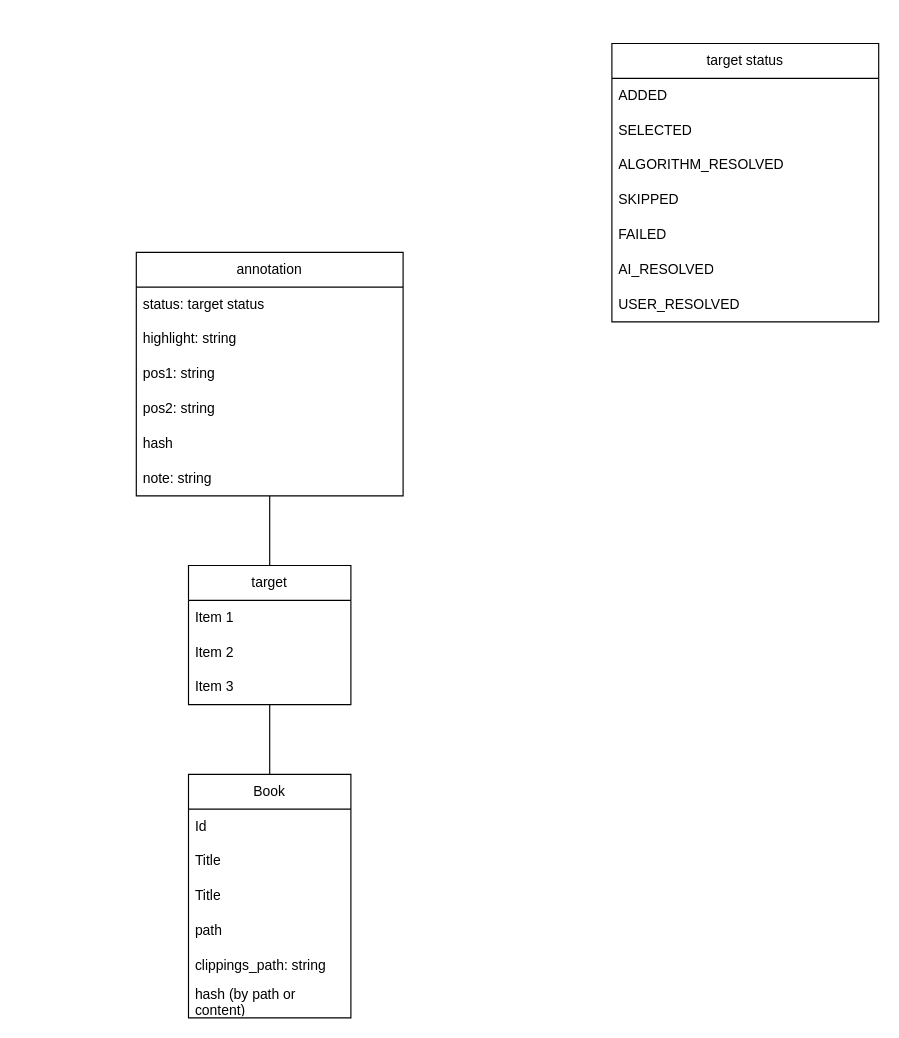
This is page "DB" (3 of 4) of screenshots/sync_plugin.drawio from nojux-official/HighlightImport.koplugin, a draw.io file, before an edit. Source tidied: cells renumbered, new cells numbered last; positions are measured from the earlier drawing's top-left corner, leaving out a move shared by most shapes. Both pictures are drawn from the tidied source at 116%, with x=0, y=0 at pixel (136, 43).
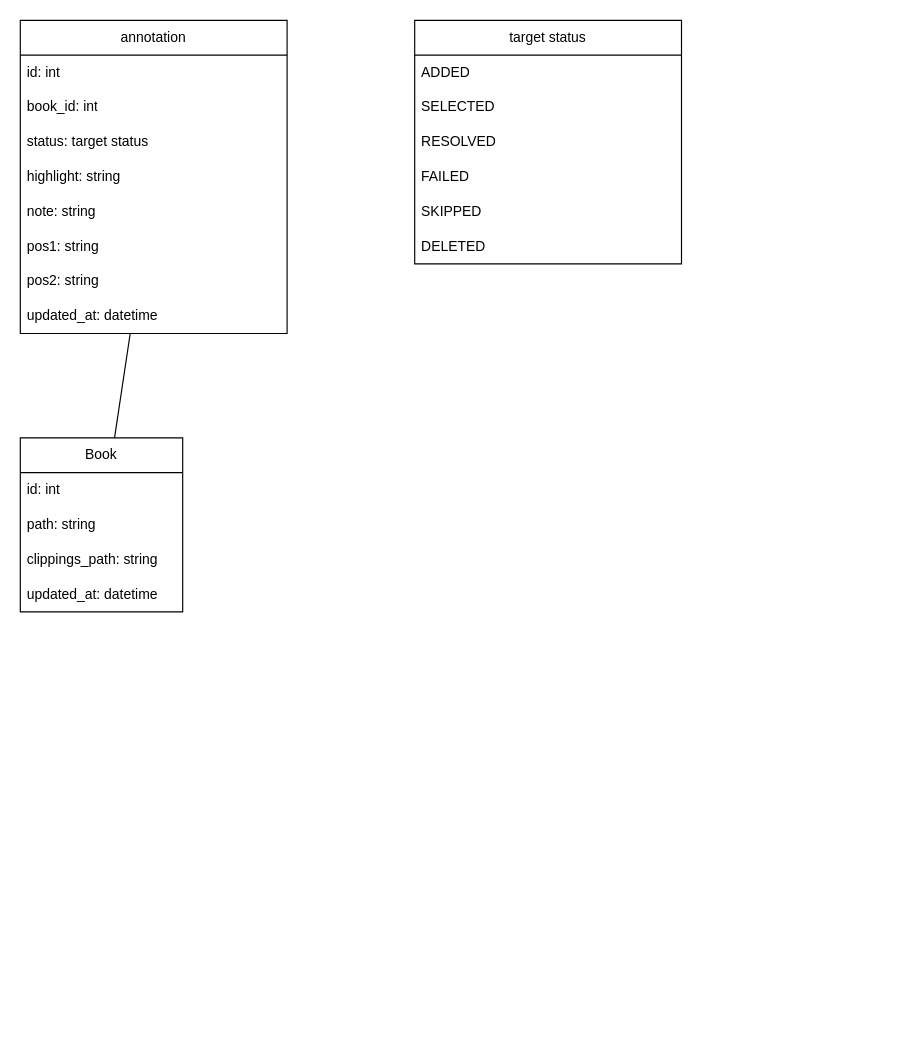
After the change.

Change to the diagram source:
```diff
@@
     <mxCell id="2" value="annotation" style="swimlane;fontStyle=0;horizontal=1;startSize=30;whiteSpace=wrap;html=1;" parent="1" vertex="1">
-      <mxGeometry y="180" width="230" height="210" as="geometry" />
+      <mxGeometry x="-100" y="-20" width="230" height="270" as="geometry" />
     </mxCell>
+    <mxCell id="30" value="id: int" style="text;strokeColor=none;fillColor=none;align=left;verticalAlign=middle;spacingLeft=4;spacingRight=4;overflow=hidden;whiteSpace=wrap;html=1;" parent="2" vertex="1">
+      <mxGeometry y="30" width="230" height="30" as="geometry" />
+    </mxCell>
+    <mxCell id="31" value="book_id: int" style="text;strokeColor=none;fillColor=none;align=left;verticalAlign=middle;spacingLeft=4;spacingRight=4;overflow=hidden;whiteSpace=wrap;html=1;" parent="2" vertex="1">
+      <mxGeometry y="60" width="230" height="30" as="geometry" />
+    </mxCell>
     <mxCell id="3" value="status: target status" style="text;strokeColor=none;fillColor=none;align=left;verticalAlign=middle;spacingLeft=4;spacingRight=4;overflow=hidden;whiteSpace=wrap;html=1;" parent="2" vertex="1">
-      <mxGeometry y="30" width="230" height="30" as="geometry" />
+      <mxGeometry y="90" width="230" height="30" as="geometry" />
     </mxCell>
     <mxCell id="4" value="highlight: string" style="text;strokeColor=none;fillColor=none;align=left;verticalAlign=middle;spacingLeft=4;spacingRight=4;overflow=hidden;whiteSpace=wrap;html=1;" parent="2" vertex="1">
-      <mxGeometry y="60" width="230" height="30" as="geometry" />
+      <mxGeometry y="120" width="230" height="30" as="geometry" />
     </mxCell>
+    <mxCell id="8" value="note: string" style="text;strokeColor=none;fillColor=none;align=left;verticalAlign=middle;spacingLeft=4;spacingRight=4;overflow=hidden;whiteSpace=wrap;html=1;" parent="2" vertex="1">
+      <mxGeometry y="150" width="230" height="30" as="geometry" />
+    </mxCell>
     <mxCell id="5" value="pos1: string" style="text;strokeColor=none;fillColor=none;align=left;verticalAlign=middle;spacingLeft=4;spacingRight=4;overflow=hidden;whiteSpace=wrap;html=1;" parent="2" vertex="1">
-      <mxGeometry y="90" width="230" height="30" as="geometry" />
+      <mxGeometry y="180" width="230" height="30" as="geometry" />
     </mxCell>
     <mxCell id="6" value="pos2: string" style="text;strokeColor=none;fillColor=none;align=left;verticalAlign=middle;spacingLeft=4;spacingRight=4;overflow=hidden;whiteSpace=wrap;html=1;" parent="2" vertex="1">
-      <mxGeometry y="120" width="230" height="30" as="geometry" />
+      <mxGeometry y="210" width="230" height="30" as="geometry" />
     </mxCell>
-    <mxCell id="7" value="hash" style="text;strokeColor=none;fillColor=none;align=left;verticalAlign=middle;spacingLeft=4;spacingRight=4;overflow=hidden;whiteSpace=wrap;html=1;" parent="2" vertex="1">
-      <mxGeometry y="150" width="230" height="30" as="geometry" />
-    </mxCell>
-    <mxCell id="8" value="note: string" style="text;strokeColor=none;fillColor=none;align=left;verticalAlign=middle;spacingLeft=4;spacingRight=4;overflow=hidden;whiteSpace=wrap;html=1;" parent="2" vertex="1">
-      <mxGeometry y="180" width="230" height="30" as="geometry" />
-    </mxCell>
+    <mxCell id="32" value="updated_at: datetime" style="text;strokeColor=none;fillColor=none;align=left;verticalAlign=middle;spacingLeft=4;spacingRight=4;overflow=hidden;whiteSpace=wrap;html=1;" parent="2" vertex="1">
+      <mxGeometry y="240" width="230" height="30" as="geometry" />
+    </mxCell>
     <mxCell id="9" value="target status" style="swimlane;fontStyle=0;horizontal=1;startSize=30;whiteSpace=wrap;html=1;" parent="1" vertex="1">
-      <mxGeometry x="410" width="230" height="240" as="geometry" />
+      <mxGeometry x="240" y="-20" width="230" height="210" as="geometry" />
     </mxCell>
@@
-    <mxCell id="12" value="ALGORITHM_RESOLVED" style="text;strokeColor=none;fillColor=none;align=left;verticalAlign=middle;spacingLeft=4;spacingRight=4;overflow=hidden;whiteSpace=wrap;html=1;" parent="9" vertex="1">
+    <mxCell id="12" value="RESOLVED" style="text;strokeColor=none;fillColor=none;align=left;verticalAlign=middle;spacingLeft=4;spacingRight=4;overflow=hidden;whiteSpace=wrap;html=1;" parent="9" vertex="1">
       <mxGeometry y="90" width="230" height="30" as="geometry" />
     </mxCell>
+    <mxCell id="14" value="FAILED" style="text;strokeColor=none;fillColor=none;align=left;verticalAlign=middle;spacingLeft=4;spacingRight=4;overflow=hidden;whiteSpace=wrap;html=1;" parent="9" vertex="1">
+      <mxGeometry y="120" width="230" height="30" as="geometry" />
+    </mxCell>
     <mxCell id="13" value="SKIPPED" style="text;strokeColor=none;fillColor=none;align=left;verticalAlign=middle;spacingLeft=4;spacingRight=4;overflow=hidden;whiteSpace=wrap;html=1;" parent="9" vertex="1">
-      <mxGeometry y="120" width="230" height="30" as="geometry" />
+      <mxGeometry y="150" width="230" height="30" as="geometry" />
     </mxCell>
-    <mxCell id="14" value="FAILED" style="text;strokeColor=none;fillColor=none;align=left;verticalAlign=middle;spacingLeft=4;spacingRight=4;overflow=hidden;whiteSpace=wrap;html=1;" parent="9" vertex="1">
-      <mxGeometry y="150" width="230" height="30" as="geometry" />
-    </mxCell>
-    <mxCell id="15" value="AI_RESOLVED" style="text;strokeColor=none;fillColor=none;align=left;verticalAlign=middle;spacingLeft=4;spacingRight=4;overflow=hidden;whiteSpace=wrap;html=1;" parent="9" vertex="1">
+    <mxCell id="15" value="DELETED" style="text;strokeColor=none;fillColor=none;align=left;verticalAlign=middle;spacingLeft=4;spacingRight=4;overflow=hidden;whiteSpace=wrap;html=1;" parent="9" vertex="1">
       <mxGeometry y="180" width="230" height="30" as="geometry" />
     </mxCell>
-    <mxCell id="16" value="USER_RESOLVED" style="text;strokeColor=none;fillColor=none;align=left;verticalAlign=middle;spacingLeft=4;spacingRight=4;overflow=hidden;whiteSpace=wrap;html=1;" parent="9" vertex="1">
-      <mxGeometry y="210" width="230" height="30" as="geometry" />
-    </mxCell>
     <mxCell id="17" value="Book" style="swimlane;fontStyle=0;horizontal=1;startSize=30;whiteSpace=wrap;html=1;" parent="1" vertex="1">
-      <mxGeometry x="45" y="630" width="140" height="210" as="geometry" />
+      <mxGeometry x="-100" y="340" width="140" height="150" as="geometry" />
     </mxCell>
-    <mxCell id="18" value="Id" style="text;strokeColor=none;fillColor=none;align=left;verticalAlign=middle;spacingLeft=4;spacingRight=4;overflow=hidden;whiteSpace=wrap;html=1;" parent="17" vertex="1">
+    <mxCell id="18" value="id: int" style="text;strokeColor=none;fillColor=none;align=left;verticalAlign=middle;spacingLeft=4;spacingRight=4;overflow=hidden;whiteSpace=wrap;html=1;" parent="17" vertex="1">
       <mxGeometry y="30" width="140" height="30" as="geometry" />
     </mxCell>
-    <mxCell id="19" value="Title" style="text;strokeColor=none;fillColor=none;align=left;verticalAlign=middle;spacingLeft=4;spacingRight=4;overflow=hidden;whiteSpace=wrap;html=1;" parent="17" vertex="1">
+    <mxCell id="19" value="path: string" style="text;strokeColor=none;fillColor=none;align=left;verticalAlign=middle;spacingLeft=4;spacingRight=4;overflow=hidden;whiteSpace=wrap;html=1;" parent="17" vertex="1">
       <mxGeometry y="60" width="140" height="30" as="geometry" />
     </mxCell>
-    <mxCell id="20" value="Title" style="text;strokeColor=none;fillColor=none;align=left;verticalAlign=middle;spacingLeft=4;spacingRight=4;overflow=hidden;whiteSpace=wrap;html=1;" parent="17" vertex="1">
+    <mxCell id="20" value="clippings_path: string" style="text;strokeColor=none;fillColor=none;align=left;verticalAlign=middle;spacingLeft=4;spacingRight=4;overflow=hidden;whiteSpace=wrap;html=1;" parent="17" vertex="1">
       <mxGeometry y="90" width="140" height="30" as="geometry" />
     </mxCell>
-    <mxCell id="21" value="path" style="text;strokeColor=none;fillColor=none;align=left;verticalAlign=middle;spacingLeft=4;spacingRight=4;overflow=hidden;whiteSpace=wrap;html=1;" parent="17" vertex="1">
+    <mxCell id="21" value="updated_at: datetime" style="text;strokeColor=none;fillColor=none;align=left;verticalAlign=middle;spacingLeft=4;spacingRight=4;overflow=hidden;whiteSpace=wrap;html=1;" parent="17" vertex="1">
       <mxGeometry y="120" width="140" height="30" as="geometry" />
     </mxCell>
-    <mxCell id="22" value="clippings_path: string" style="text;strokeColor=none;fillColor=none;align=left;verticalAlign=middle;spacingLeft=4;spacingRight=4;overflow=hidden;whiteSpace=wrap;html=1;" parent="17" vertex="1">
-      <mxGeometry y="150" width="140" height="30" as="geometry" />
-    </mxCell>
-    <mxCell id="23" value="hash (by path or content)" style="text;strokeColor=none;fillColor=none;align=left;verticalAlign=middle;spacingLeft=4;spacingRight=4;overflow=hidden;whiteSpace=wrap;html=1;" parent="17" vertex="1">
-      <mxGeometry y="180" width="140" height="30" as="geometry" />
-    </mxCell>
-    <mxCell id="24" style="endArrow=none;html=1;rounded=0;" parent="1" edge="1" source="25" target="2">
-      <mxGeometry relative="1" as="geometry" />
-    </mxCell>
-    <mxCell id="25" value="target" style="swimlane;fontStyle=0;horizontal=1;startSize=30;whiteSpace=wrap;html=1;" parent="1" vertex="1">
-      <mxGeometry x="45" y="450" width="140" height="120" as="geometry" />
-    </mxCell>
-    <mxCell id="26" value="Item 1" style="text;strokeColor=none;fillColor=none;align=left;verticalAlign=middle;spacingLeft=4;spacingRight=4;overflow=hidden;whiteSpace=wrap;html=1;" parent="25" vertex="1">
-      <mxGeometry y="30" width="140" height="30" as="geometry" />
-    </mxCell>
-    <mxCell id="27" value="Item 2" style="text;strokeColor=none;fillColor=none;align=left;verticalAlign=middle;spacingLeft=4;spacingRight=4;overflow=hidden;whiteSpace=wrap;html=1;" parent="25" vertex="1">
-      <mxGeometry y="60" width="140" height="30" as="geometry" />
-    </mxCell>
-    <mxCell id="28" value="Item 3" style="text;strokeColor=none;fillColor=none;align=left;verticalAlign=middle;spacingLeft=4;spacingRight=4;overflow=hidden;whiteSpace=wrap;html=1;" parent="25" vertex="1">
-      <mxGeometry y="90" width="140" height="30" as="geometry" />
-    </mxCell>
-    <mxCell id="29" style="endArrow=none;html=1;rounded=0;entryX=0.5;entryY=0;entryDx=0;entryDy=0;" parent="1" edge="1" source="25" target="17">
-      <mxGeometry relative="1" as="geometry" />
-    </mxCell>
+    <mxCell id="33" style="endArrow=none;html=1;rounded=0;" parent="1" edge="1" source="17" target="2">
+      <mxGeometry relative="1" as="geometry" />
+    </mxCell>
```
